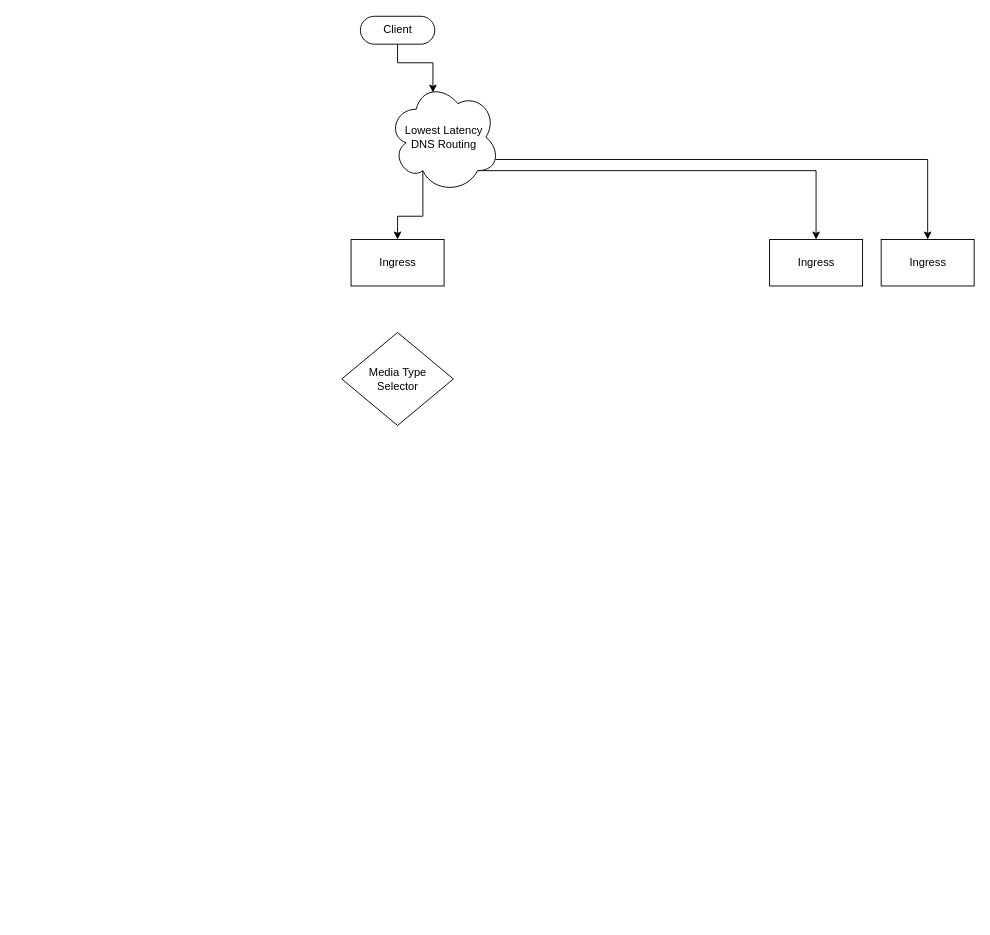
The draw.io diagram Machina0_Process.drawio in Viper-7/MachinaZero, before the edit. Source tidied: cells renumbered, new cells numbered last; positions are measured from the earlier drawing's top-left corner, leaving out a move shared by most shapes. Both pictures are drawn from the tidied source at 93%, with x=0, y=0 at pixel (341, 16).
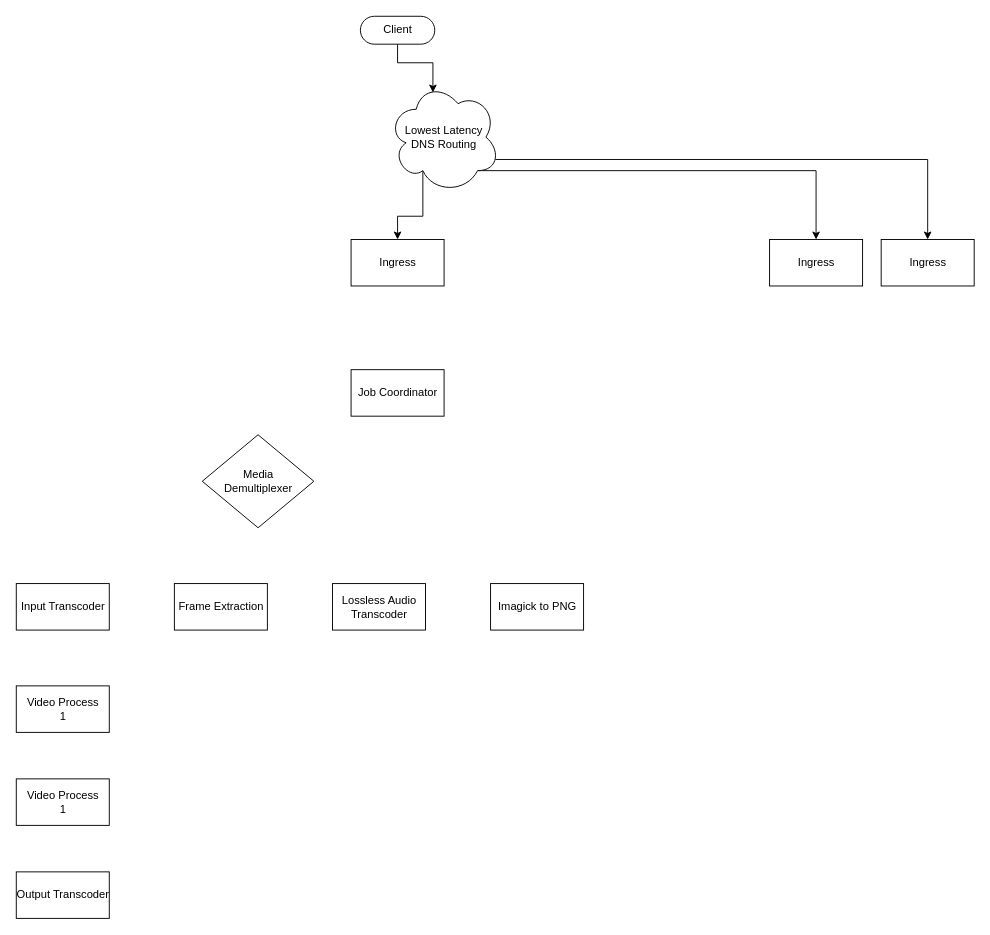
After the change.

Change to the diagram source:
```diff
@@
 <mxGraphModel background="#ffffff">
   <root>
     <mxCell id="0" />
     <mxCell id="1" parent="0" />
     <mxCell id="2" style="edgeStyle=orthogonalEdgeStyle;rounded=0;jettySize=auto;html=1;exitX=0.5;exitY=0.5;exitDx=0;exitDy=15;exitPerimeter=0;entryX=0.4;entryY=0.1;entryDx=0;entryDy=0;entryPerimeter=0;" parent="1" edge="1" source="3" target="7">
       <mxGeometry relative="1" as="geometry" />
     </mxCell>
     <mxCell id="3" value="Client" style="html=1;dashed=0;whitespace=wrap;shape=mxgraph.dfd.start;" parent="1" vertex="1">
       <mxGeometry x="20" width="80" height="30" as="geometry" />
     </mxCell>
     <mxCell id="4" style="edgeStyle=orthogonalEdgeStyle;rounded=0;jettySize=auto;html=1;exitX=0.31;exitY=0.8;exitDx=0;exitDy=0;exitPerimeter=0;entryX=0.5;entryY=0;entryDx=0;entryDy=0;" parent="1" edge="1" source="7" target="8">
       <mxGeometry relative="1" as="geometry" />
     </mxCell>
     <mxCell id="5" style="edgeStyle=orthogonalEdgeStyle;rounded=0;jettySize=auto;html=1;exitX=0.8;exitY=0.8;exitDx=0;exitDy=0;exitPerimeter=0;entryX=0.5;entryY=0;entryDx=0;entryDy=0;" parent="1" edge="1" source="7" target="9">
       <mxGeometry relative="1" as="geometry" />
     </mxCell>
     <mxCell id="6" style="edgeStyle=orthogonalEdgeStyle;rounded=0;jettySize=auto;html=1;exitX=0.96;exitY=0.7;exitDx=0;exitDy=0;exitPerimeter=0;entryX=0.5;entryY=0;entryDx=0;entryDy=0;" parent="1" edge="1" source="7" target="10">
       <mxGeometry relative="1" as="geometry" />
     </mxCell>
     <mxCell id="7" value="Lowest Latency&lt;br&gt;DNS Routing" style="shape=cloud;whiteSpace=wrap;html=1;" parent="1" vertex="1">
       <mxGeometry x="50" y="70" width="120" height="120" as="geometry" />
     </mxCell>
     <mxCell id="8" value="Ingress" style="html=1;dashed=0;whitespace=wrap;" parent="1" vertex="1">
       <mxGeometry x="10" y="240" width="100" height="50" as="geometry" />
     </mxCell>
     <mxCell id="9" value="Ingress" style="html=1;dashed=0;whitespace=wrap;" parent="1" vertex="1">
       <mxGeometry x="460" y="240" width="100" height="50" as="geometry" />
     </mxCell>
     <mxCell id="10" value="Ingress" style="html=1;dashed=0;whitespace=wrap;" parent="1" vertex="1">
       <mxGeometry x="580" y="240" width="100" height="50" as="geometry" />
     </mxCell>
-    <mxCell id="11" value="Media Type&lt;br&gt;Selector" style="shape=rhombus;html=1;dashed=0;whitespace=wrap;perimeter=rhombusPerimeter;" parent="1" vertex="1">
-      <mxGeometry y="340" width="120" height="100" as="geometry" />
+    <mxCell id="11" value="Media&lt;br&gt;Demultiplexer" style="shape=rhombus;html=1;dashed=0;whitespace=wrap;perimeter=rhombusPerimeter;" parent="1" vertex="1">
+      <mxGeometry x="-150" y="450" width="120" height="100" as="geometry" />
     </mxCell>
+    <mxCell id="12" value="Input Transcoder" style="html=1;dashed=0;whitespace=wrap;" parent="1" vertex="1">
+      <mxGeometry x="-350" y="610" width="100" height="50" as="geometry" />
+    </mxCell>
+    <mxCell id="13" value="Video Process&lt;br&gt;1" style="html=1;dashed=0;whitespace=wrap;" parent="1" vertex="1">
+      <mxGeometry x="-350" y="720" width="100" height="50" as="geometry" />
+    </mxCell>
+    <mxCell id="14" value="Video Process&lt;br&gt;1" style="html=1;dashed=0;whitespace=wrap;" parent="1" vertex="1">
+      <mxGeometry x="-350" y="820" width="100" height="50" as="geometry" />
+    </mxCell>
+    <mxCell id="15" value="Output Transcoder" style="html=1;dashed=0;whitespace=wrap;" parent="1" vertex="1">
+      <mxGeometry x="-350" y="920" width="100" height="50" as="geometry" />
+    </mxCell>
+    <mxCell id="16" value="Job Coordinator" style="html=1;dashed=0;whitespace=wrap;" parent="1" vertex="1">
+      <mxGeometry x="10" y="380" width="100" height="50" as="geometry" />
+    </mxCell>
+    <mxCell id="17" value="Lossless Audio&lt;br&gt;Transcoder" style="html=1;dashed=0;whitespace=wrap;" parent="1" vertex="1">
+      <mxGeometry x="-10" y="610" width="100" height="50" as="geometry" />
+    </mxCell>
+    <mxCell id="18" value="Imagick to PNG" style="html=1;dashed=0;whitespace=wrap;" parent="1" vertex="1">
+      <mxGeometry x="160" y="610" width="100" height="50" as="geometry" />
+    </mxCell>
+    <mxCell id="19" value="Frame Extraction" style="html=1;dashed=0;whitespace=wrap;" parent="1" vertex="1">
+      <mxGeometry x="-180" y="610" width="100" height="50" as="geometry" />
+    </mxCell>
   </root>
 </mxGraphModel>
```
